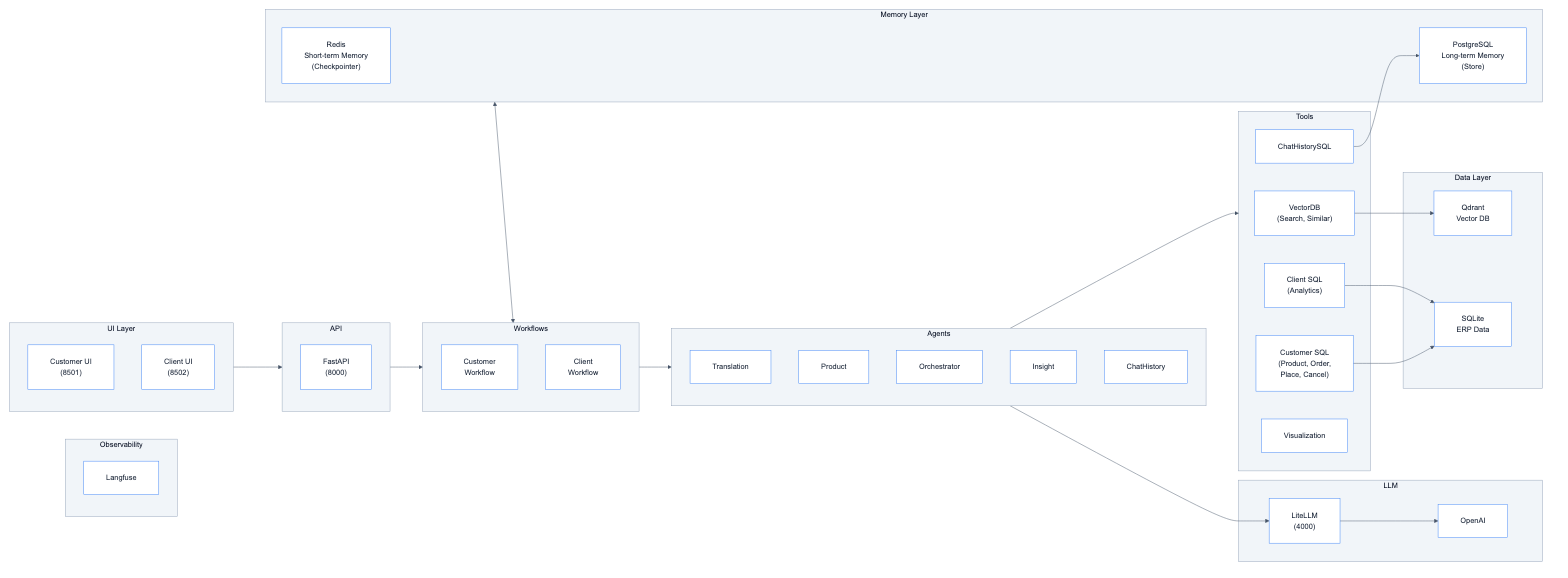
Before: docs/assets/diagrams/misc/README_1.png, a diagram exported from Mermaid (mhokchuekchuek/mtl_agent). Its source is kept beside it as docs/assets/diagrams/misc/README_1.mmd.
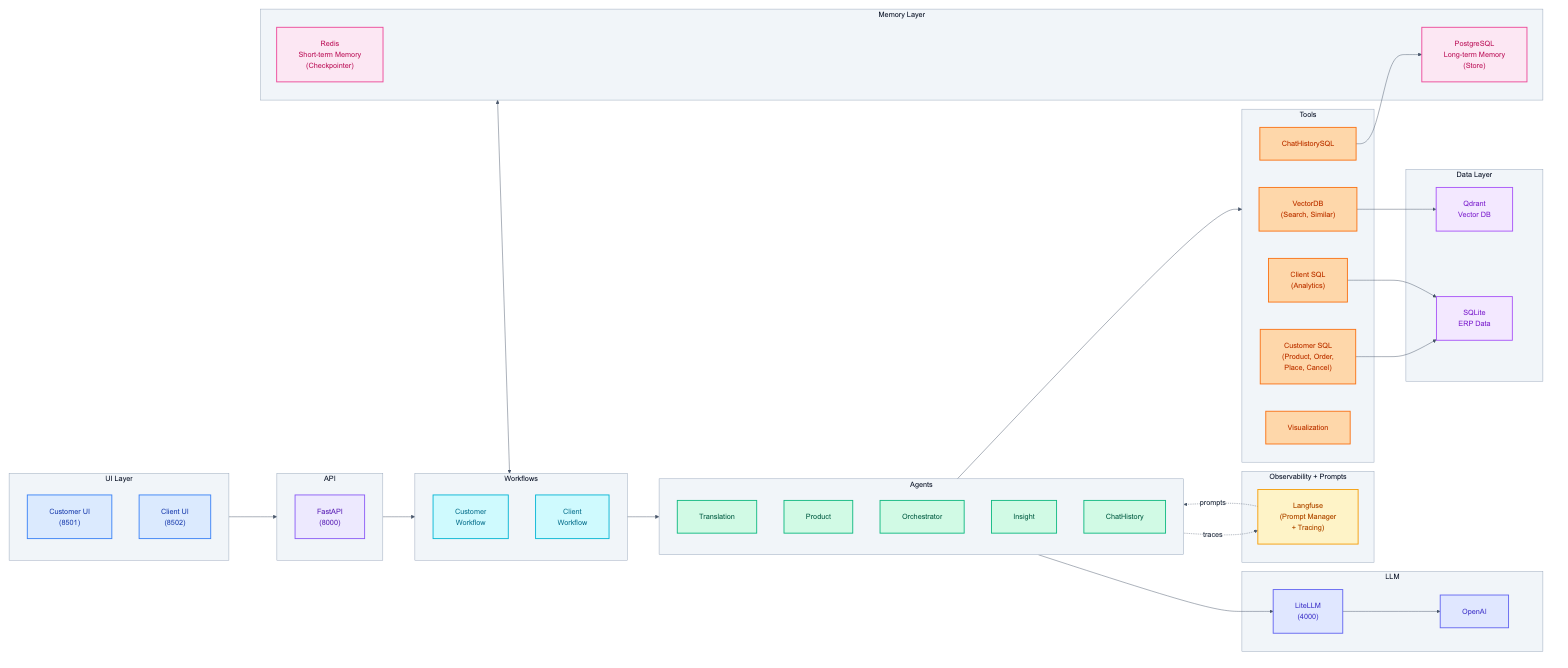
Above is the later version.

Commit message:
docs: update README diagram and cleanup

Diff of the diagram source:
```diff
@@ -1,6 +1,6 @@
 flowchart LR
-    subgraph Obs["Observability"]
-        Langfuse["Langfuse"]
+    subgraph Obs["Observability + Prompts"]
+        Langfuse["Langfuse<br/>(Prompt Manager<br/>+ Tracing)"]
     end
 
     subgraph Memory["Memory Layer"]
@@ -55,6 +55,8 @@
     CustomerSQL --> SQLite
     ClientSQL --> SQLite
     ChatHistorySQL --> Postgres
+    Langfuse -.->|prompts| Agents
+    Agents -.->|traces| Langfuse
 
     classDef obs fill:#fef3c7,stroke:#f59e0b,stroke-width:2px,color:#b45309
     classDef memory fill:#fce7f3,stroke:#ec4899,stroke-width:2px,color:#be185d
```
